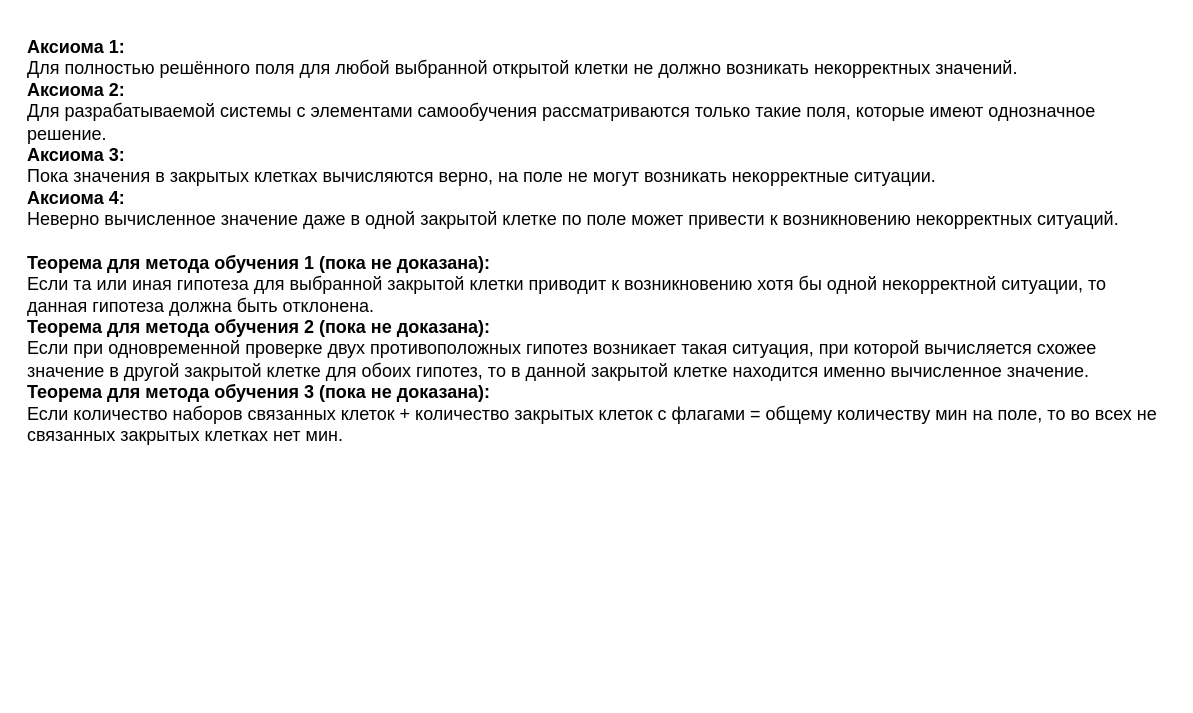
xex238/Diploma_2022 keeps this draw.io diagram as page "Теория" (3 of 13) of docs/Сапёр. Описание работы.drawio. Above is the earlier version. Source tidied: cells renumbered, new cells numbered last; positions are measured from the earlier drawing's top-left corner, leaving out a move shared by most shapes. Both pictures are drawn from the tidied source at 150%, with x=0, y=0 at pixel (26, 26).
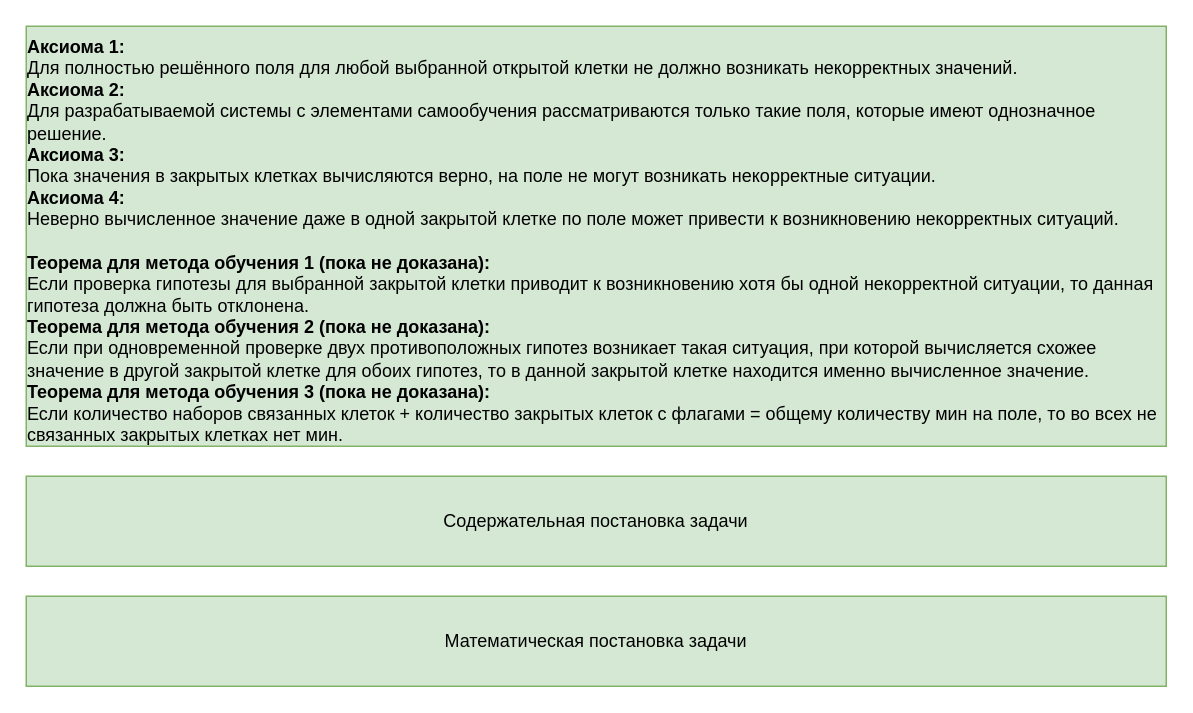
The same page after the edit.

Diff of the diagram source:
```diff
@@
 <mxGraphModel>
   <root>
     <mxCell id="0" />
     <mxCell id="1" parent="0" />
-    <mxCell id="2" value="&lt;div style=&quot;text-align: left&quot;&gt;&lt;span&gt;&lt;b&gt;Аксиома 1:&lt;/b&gt;&lt;/span&gt;&lt;/div&gt;&lt;div style=&quot;text-align: left&quot;&gt;&lt;span&gt;Для полностью решённого поля для любой выбранной открытой клетки не должно возникать некорректных значений.&lt;/span&gt;&lt;/div&gt;&lt;div style=&quot;text-align: left&quot;&gt;&lt;b&gt;Аксиома 2:&lt;/b&gt;&lt;/div&gt;&lt;div style=&quot;text-align: left&quot;&gt;Для разрабатываемой системы с элементами самообучения рассматриваются только такие поля, которые имеют однозначное решение.&lt;/div&gt;&lt;div style=&quot;text-align: left&quot;&gt;&lt;b&gt;Аксиома 3:&lt;/b&gt;&lt;/div&gt;&lt;div style=&quot;text-align: left&quot;&gt;Пока значения в закрытых клетках вычисляются верно, на поле не могут возникать некорректные ситуации.&lt;/div&gt;&lt;div style=&quot;text-align: left&quot;&gt;&lt;b&gt;Аксиома 4:&lt;/b&gt;&lt;/div&gt;&lt;div style=&quot;text-align: left&quot;&gt;Неверно вычисленное значение даже в одной закрытой клетке по поле может привести к возникновению некорректных ситуаций.&lt;/div&gt;&lt;div style=&quot;text-align: left&quot;&gt;&lt;span&gt;&lt;br&gt;&lt;/span&gt;&lt;/div&gt;&lt;div style=&quot;text-align: left&quot;&gt;&lt;span&gt;&lt;b&gt;Теорема для метода обучения 1 (пока не доказана):&lt;/b&gt;&lt;/span&gt;&lt;/div&gt;&lt;div style=&quot;text-align: left&quot;&gt;&lt;span&gt;Если та или иная гипотеза для выбранной закрытой клетки приводит к возникновению хотя бы одной некорректной ситуации, то данная гипотеза должна быть отклонена.&lt;/span&gt;&lt;/div&gt;&lt;div style=&quot;text-align: left&quot;&gt;&lt;span&gt;&lt;b&gt;Теорема для метода обучения 2 (пока не доказана):&lt;/b&gt;&lt;/span&gt;&lt;/div&gt;&lt;div style=&quot;text-align: left&quot;&gt;&lt;span&gt;Если при одновременной проверке двух противоположных гипотез возникает такая ситуация, при которой вычисляется схожее значение в другой закрытой клетке для обоих гипотез, то в данной закрытой клетке находится именно вычисленное значение.&lt;/span&gt;&lt;/div&gt;&lt;div style=&quot;text-align: left&quot;&gt;&lt;span&gt;&lt;b&gt;Теорема для метода обучения 3 (пока не доказана):&lt;/b&gt;&lt;/span&gt;&lt;/div&gt;&lt;div style=&quot;text-align: left&quot;&gt;&lt;span&gt;Если количество наборов связанных клеток + количество закрытых клеток с флагами = общему количеству мин на поле, то во всех не связанных закрытых клетках нет мин.&lt;/span&gt;&lt;/div&gt;" style="text;html=1;strokeColor=none;fillColor=none;align=center;verticalAlign=top;whiteSpace=wrap;rounded=0;" parent="1" vertex="1">
-      <mxGeometry width="760" height="320" as="geometry" />
+    <mxCell id="2" value="&lt;div style=&quot;text-align: left&quot;&gt;&lt;span&gt;&lt;b&gt;Аксиома 1:&lt;/b&gt;&lt;/span&gt;&lt;/div&gt;&lt;div style=&quot;text-align: left&quot;&gt;&lt;span&gt;Для полностью решённого поля для любой выбранной открытой клетки не должно возникать некорректных значений.&lt;/span&gt;&lt;/div&gt;&lt;div style=&quot;text-align: left&quot;&gt;&lt;b&gt;Аксиома 2:&lt;/b&gt;&lt;/div&gt;&lt;div style=&quot;text-align: left&quot;&gt;Для разрабатываемой системы с элементами самообучения рассматриваются только такие поля, которые имеют однозначное решение.&lt;/div&gt;&lt;div style=&quot;text-align: left&quot;&gt;&lt;b&gt;Аксиома 3:&lt;/b&gt;&lt;/div&gt;&lt;div style=&quot;text-align: left&quot;&gt;Пока значения в закрытых клетках вычисляются верно, на поле не могут возникать некорректные ситуации.&lt;/div&gt;&lt;div style=&quot;text-align: left&quot;&gt;&lt;b&gt;Аксиома 4:&lt;/b&gt;&lt;/div&gt;&lt;div style=&quot;text-align: left&quot;&gt;Неверно вычисленное значение даже в одной закрытой клетке по поле может привести к возникновению некорректных ситуаций.&lt;/div&gt;&lt;div style=&quot;text-align: left&quot;&gt;&lt;span&gt;&lt;br&gt;&lt;/span&gt;&lt;/div&gt;&lt;div style=&quot;text-align: left&quot;&gt;&lt;span&gt;&lt;b&gt;Теорема для метода обучения 1 (пока не доказана):&lt;/b&gt;&lt;/span&gt;&lt;/div&gt;&lt;div style=&quot;text-align: left&quot;&gt;&lt;span&gt;Если проверка гипотезы для выбранной закрытой клетки приводит к возникновению хотя бы одной некорректной ситуации, то данная гипотеза должна быть отклонена.&lt;/span&gt;&lt;/div&gt;&lt;div style=&quot;text-align: left&quot;&gt;&lt;span&gt;&lt;b&gt;Теорема для метода обучения 2 (пока не доказана):&lt;/b&gt;&lt;/span&gt;&lt;/div&gt;&lt;div style=&quot;text-align: left&quot;&gt;&lt;span&gt;Если при одновременной проверке двух противоположных гипотез возникает такая ситуация, при которой вычисляется схожее значение в другой закрытой клетке для обоих гипотез, то в данной закрытой клетке находится именно вычисленное значение.&lt;/span&gt;&lt;/div&gt;&lt;div style=&quot;text-align: left&quot;&gt;&lt;span&gt;&lt;b&gt;Теорема для метода обучения 3 (пока не доказана):&lt;/b&gt;&lt;/span&gt;&lt;/div&gt;&lt;div style=&quot;text-align: left&quot;&gt;&lt;span&gt;Если количество наборов связанных клеток + количество закрытых клеток с флагами = общему количеству мин на поле, то во всех не связанных закрытых клетках нет мин.&lt;/span&gt;&lt;/div&gt;" style="text;html=1;strokeColor=#82b366;fillColor=#d5e8d4;align=center;verticalAlign=top;whiteSpace=wrap;rounded=0;" parent="1" vertex="1">
+      <mxGeometry width="760" height="280" as="geometry" />
     </mxCell>
+    <mxCell id="3" value="Содержательная постановка задачи" style="text;html=1;strokeColor=#82b366;fillColor=#d5e8d4;align=center;verticalAlign=middle;whiteSpace=wrap;rounded=0;" parent="1" vertex="1">
+      <mxGeometry y="300" width="760" height="60" as="geometry" />
+    </mxCell>
+    <mxCell id="4" value="Математическая постановка задачи" style="text;html=1;strokeColor=#82b366;fillColor=#d5e8d4;align=center;verticalAlign=middle;whiteSpace=wrap;rounded=0;" parent="1" vertex="1">
+      <mxGeometry y="380" width="760" height="60" as="geometry" />
+    </mxCell>
   </root>
 </mxGraphModel>
```
